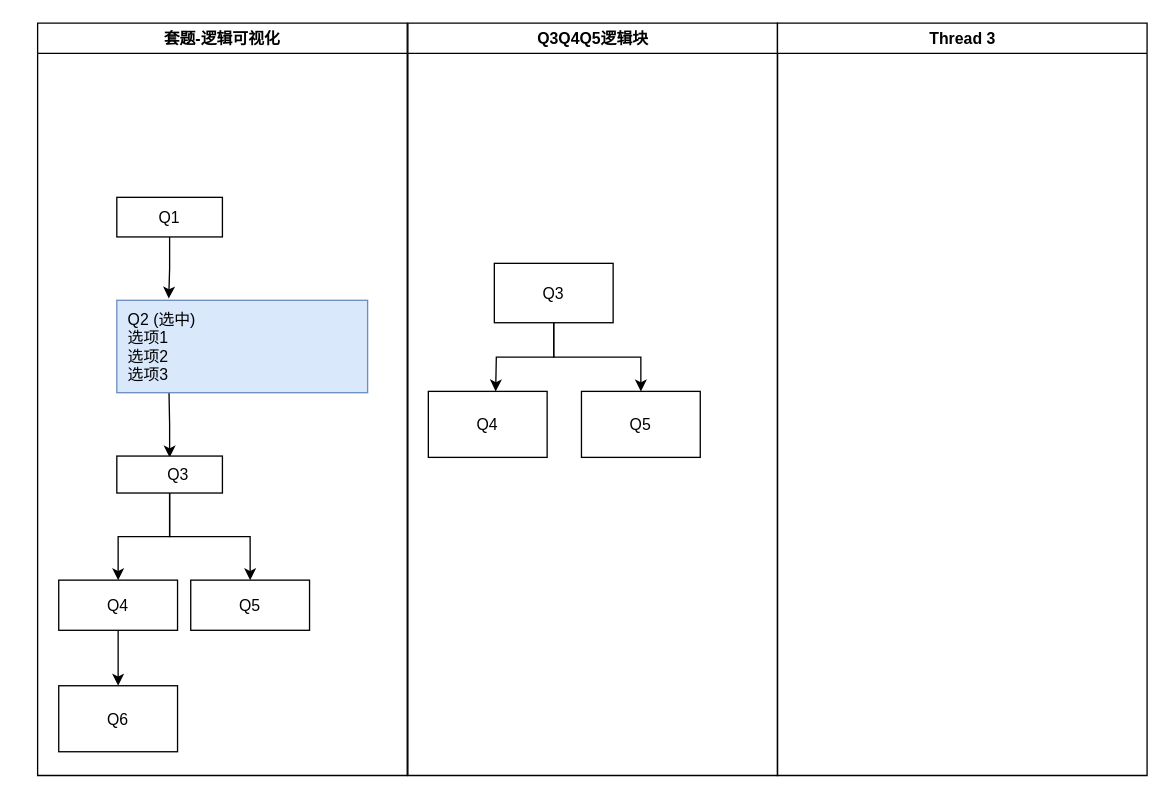
Before: 题目列表.drawio in qc190cc/ohter, a draw.io diagram. Source tidied: cells renumbered, new cells numbered last; positions are measured from the earlier drawing's top-left corner, leaving out a move shared by most shapes. Both pictures are drawn from the tidied source at 132%, with x=0, y=0 at pixel (37, 22).
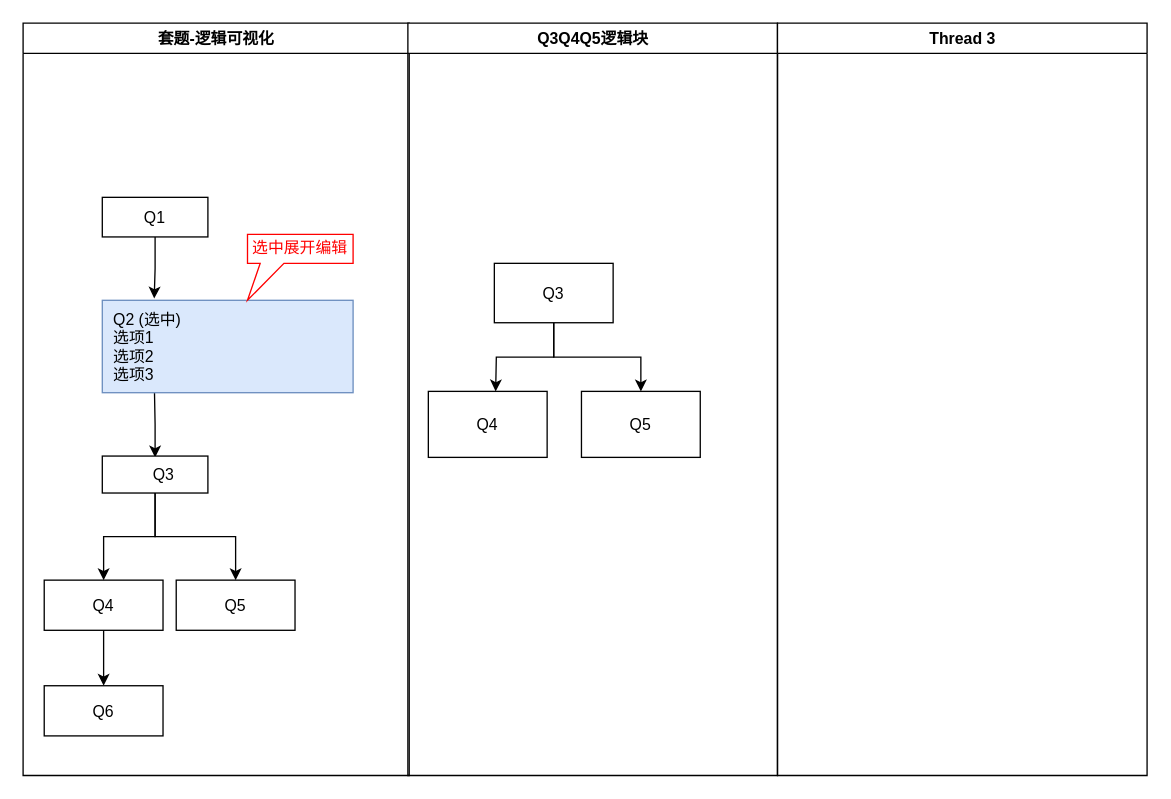
Above is the later version.

Commit message (it also covers changes not shown here):
更新题目列表.drawio

Diff of the diagram source:
```diff
@@
     <mxCell id="2" value="套题-逻辑可视化" style="swimlane;whiteSpace=wrap;" parent="1" vertex="1">
-      <mxGeometry width="280" height="570" as="geometry" />
+      <mxGeometry x="-11" width="292.5" height="570" as="geometry" />
     </mxCell>
@@
     <mxCell id="13" value="Q6" parent="2" vertex="1">
-      <mxGeometry x="16" y="502" width="90" height="50" as="geometry" />
+      <mxGeometry x="16" y="502" width="90" height="38" as="geometry" />
     </mxCell>
+    <mxCell id="21" value="&lt;font style=&quot;font-size: 12px;&quot; color=&quot;#ff0000&quot;&gt;选中展开编辑&lt;/font&gt;" style="shape=callout;whiteSpace=wrap;html=1;perimeter=calloutPerimeter;position2=0;size=28;position=0.12;strokeColor=#FF0000;base=18;" parent="2" vertex="1">
+      <mxGeometry x="170" y="160" width="80" height="50" as="geometry" />
+    </mxCell>
```
